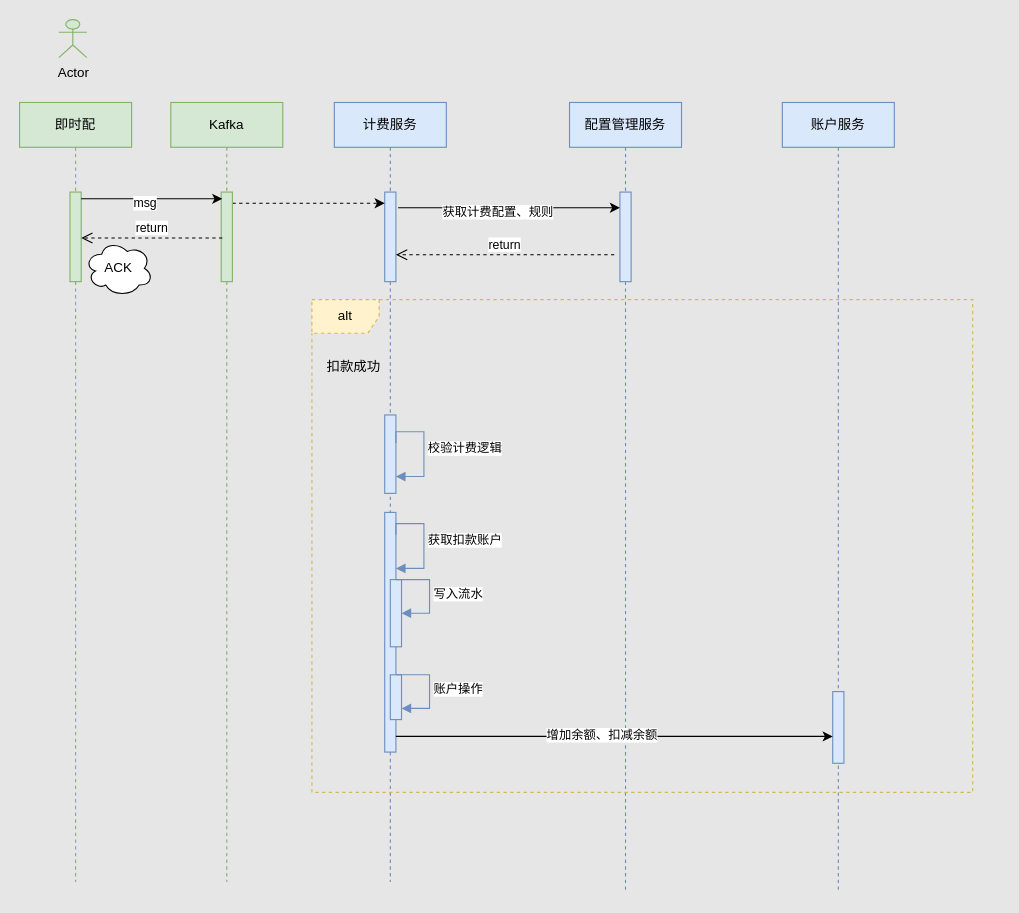
The draw.io diagram page "计费" (4 of 8) of 订单业务架构.drawio in unclequentin/diagrams, before the edit. Source tidied: cells renumbered, new cells numbered last; positions are measured from the earlier drawing's top-left corner, leaving out a move shared by most shapes. Both pictures are drawn from the tidied source at 112%, with x=0, y=0 at pixel (19, 19).
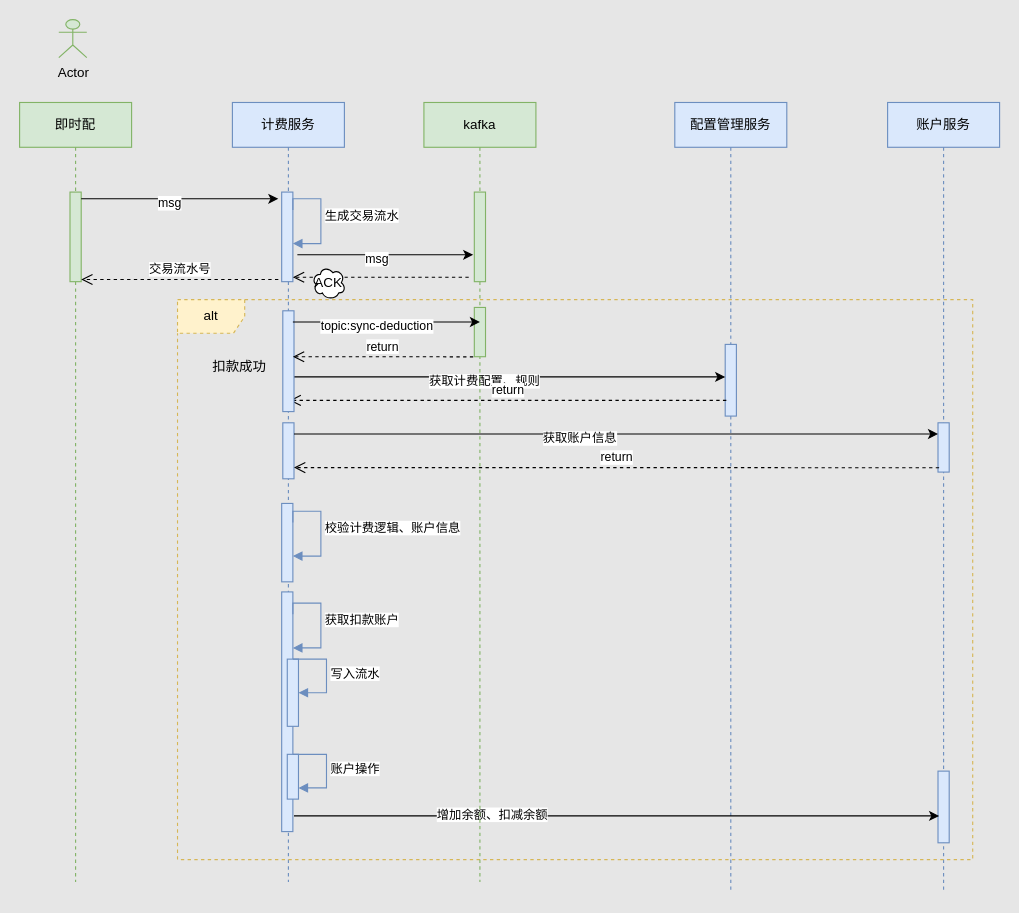
After the change.

The change refers to these unchanged cells:
```xml
<mxCell id="3" style="html=1;points=[];perimeter=orthogonalPerimeter;outlineConnect=0;targetShapes=umlLifeline;portConstraint=eastwest;newEdgeStyle={&quot;edgeStyle&quot;:&quot;elbowEdgeStyle&quot;,&quot;elbow&quot;:&quot;vertical&quot;,&quot;curved&quot;:0,&quot;rounded&quot;:0};fillColor=#d5e8d4;strokeColor=#82b366;" parent="2" vertex="1">
  <mxGeometry x="45" y="80" width="10" height="80" as="geometry" />
</mxCell>
```

Diff of the diagram source:
```diff
@@
     <mxCell id="4" value="计费服务" style="shape=umlLifeline;perimeter=lifelinePerimeter;whiteSpace=wrap;html=1;newEdgeStyle={&quot;edgeStyle&quot;:&quot;elbowEdgeStyle&quot;,&quot;elbow&quot;:&quot;vertical&quot;,&quot;curved&quot;:0,&quot;rounded&quot;:0};fillColor=#dae8fc;strokeColor=#6c8ebf;" parent="1" vertex="1">
-      <mxGeometry x="281" y="74" width="100" height="696" as="geometry" />
+      <mxGeometry x="190" y="74" width="100" height="696" as="geometry" />
     </mxCell>
     <mxCell id="5" style="html=1;perimeter=orthogonalPerimeter;targetShapes=umlLifeline;newEdgeStyle={&quot;edgeStyle&quot;:&quot;elbowEdgeStyle&quot;,&quot;elbow&quot;:&quot;vertical&quot;,&quot;curved&quot;:0,&quot;rounded&quot;:0};fillColor=#dae8fc;strokeColor=#6c8ebf;" parent="4" vertex="1">
-      <mxGeometry x="45" y="80" width="10" height="80" as="geometry" />
+      <mxGeometry x="44" y="80" width="10" height="80" as="geometry" />
     </mxCell>
     <mxCell id="6" style="html=1;perimeter=orthogonalPerimeter;targetShapes=umlLifeline;newEdgeStyle={&quot;edgeStyle&quot;:&quot;elbowEdgeStyle&quot;,&quot;elbow&quot;:&quot;vertical&quot;,&quot;curved&quot;:0,&quot;rounded&quot;:0};fillColor=#dae8fc;strokeColor=#6c8ebf;" parent="4" vertex="1">
-      <mxGeometry x="45" y="366" width="10" height="214" as="geometry" />
+      <mxGeometry x="44" y="437" width="10" height="214" as="geometry" />
     </mxCell>
     <mxCell id="7" value="配置管理服务" style="shape=umlLifeline;perimeter=lifelinePerimeter;whiteSpace=wrap;html=1;newEdgeStyle={&quot;edgeStyle&quot;:&quot;elbowEdgeStyle&quot;,&quot;elbow&quot;:&quot;vertical&quot;,&quot;curved&quot;:0,&quot;rounded&quot;:0};fillColor=#dae8fc;strokeColor=#6c8ebf;" parent="1" vertex="1">
-      <mxGeometry x="491" y="74" width="100" height="706" as="geometry" />
+      <mxGeometry x="585" y="74" width="100" height="706" as="geometry" />
     </mxCell>
     <mxCell id="8" style="html=1;points=[];perimeter=orthogonalPerimeter;outlineConnect=0;targetShapes=umlLifeline;portConstraint=eastwest;newEdgeStyle={&quot;edgeStyle&quot;:&quot;elbowEdgeStyle&quot;,&quot;elbow&quot;:&quot;vertical&quot;,&quot;curved&quot;:0,&quot;rounded&quot;:0};fillColor=#dae8fc;strokeColor=#6c8ebf;" parent="7" vertex="1">
-      <mxGeometry x="45" y="80" width="10" height="80" as="geometry" />
+      <mxGeometry x="45" y="216" width="10" height="64" as="geometry" />
     </mxCell>
     <mxCell id="9" value="账户服务" style="shape=umlLifeline;perimeter=lifelinePerimeter;whiteSpace=wrap;html=1;newEdgeStyle={&quot;edgeStyle&quot;:&quot;elbowEdgeStyle&quot;,&quot;elbow&quot;:&quot;vertical&quot;,&quot;curved&quot;:0,&quot;rounded&quot;:0};fillColor=#dae8fc;strokeColor=#6c8ebf;" parent="1" vertex="1">
-      <mxGeometry x="681" y="74" width="100" height="706" as="geometry" />
+      <mxGeometry x="775" y="74" width="100" height="706" as="geometry" />
     </mxCell>
     <mxCell id="10" style="html=1;points=[];perimeter=orthogonalPerimeter;outlineConnect=0;targetShapes=umlLifeline;portConstraint=eastwest;newEdgeStyle={&quot;edgeStyle&quot;:&quot;elbowEdgeStyle&quot;,&quot;elbow&quot;:&quot;vertical&quot;,&quot;curved&quot;:0,&quot;rounded&quot;:0};fillColor=#dae8fc;strokeColor=#6c8ebf;" parent="9" vertex="1">
-      <mxGeometry x="45" y="526" width="10" height="64" as="geometry" />
+      <mxGeometry x="45" y="597" width="10" height="64" as="geometry" />
     </mxCell>
+    <mxCell id="33" style="html=1;points=[];perimeter=orthogonalPerimeter;outlineConnect=0;targetShapes=umlLifeline;portConstraint=eastwest;newEdgeStyle={&quot;edgeStyle&quot;:&quot;elbowEdgeStyle&quot;,&quot;elbow&quot;:&quot;vertical&quot;,&quot;curved&quot;:0,&quot;rounded&quot;:0};fillColor=#dae8fc;strokeColor=#6c8ebf;" parent="9" vertex="1">
+      <mxGeometry x="45" y="286" width="10" height="44" as="geometry" />
+    </mxCell>
@@
     <mxCell id="12" value="alt" style="shape=umlFrame;whiteSpace=wrap;html=1;fillColor=#fff2cc;strokeColor=#d6b656;gradientColor=none;dashed=1;" parent="1" vertex="1">
-      <mxGeometry x="261" y="250" width="590" height="440" as="geometry" />
+      <mxGeometry x="141" y="250" width="710" height="500" as="geometry" />
     </mxCell>
-    <mxCell id="13" style="edgeStyle=elbowEdgeStyle;rounded=0;jettySize=auto;html=1;elbow=vertical;curved=0;dashed=1;" parent="1" edge="1" source="28">
-      <mxGeometry relative="1" as="geometry">
-        <mxPoint x="326" y="164" as="targetPoint" />
-      </mxGeometry>
-    </mxCell>
-    <mxCell id="14" style="edgeStyle=elbowEdgeStyle;rounded=0;jettySize=auto;html=1;elbow=vertical;curved=0;" parent="1" edge="1" target="8">
+    <mxCell id="14" style="edgeStyle=elbowEdgeStyle;rounded=0;orthogonalLoop=1;jettySize=auto;html=1;elbow=vertical;curved=0;" parent="1" edge="1">
       <mxGeometry relative="1" as="geometry">
-        <mxPoint x="338" y="168" as="sourcePoint" />
+        <mxPoint x="245" y="319" as="sourcePoint" />
+        <mxPoint x="630" y="319" as="targetPoint" />
+        <Array as="points">
+          <mxPoint x="531" y="319" />
+        </Array>
       </mxGeometry>
     </mxCell>
     <mxCell id="15" value="获取计费配置、规则" style="edgeLabel;html=1;align=center;verticalAlign=middle;" parent="14" vertex="1">
-      <mxGeometry x="-0.11" y="-3" relative="1" as="geometry" />
+      <mxGeometry x="-0.11" y="-3" relative="1" as="geometry">
+        <mxPoint x="-2" as="offset" />
+      </mxGeometry>
     </mxCell>
-    <mxCell id="16" value="return" style="html=1;verticalAlign=bottom;endArrow=open;dashed=1;endSize=8;edgeStyle=elbowEdgeStyle;elbow=vertical;curved=0;rounded=0;" parent="1" edge="1">
+    <mxCell id="16" value="return" style="html=1;verticalAlign=bottom;endArrow=open;dashed=1;endSize=8;edgeStyle=elbowEdgeStyle;elbow=vertical;curved=0;rounded=0;entryX=0.6;entryY=0.889;entryDx=0;entryDy=0;entryPerimeter=0;" parent="1" edge="1" target="41">
       <mxGeometry relative="1" as="geometry">
-        <mxPoint x="531" y="210" as="sourcePoint" />
-        <mxPoint x="336" y="210" as="targetPoint" />
+        <mxPoint x="631" y="340" as="sourcePoint" />
       </mxGeometry>
     </mxCell>
     <mxCell id="17" style="html=1;perimeter=orthogonalPerimeter;targetShapes=umlLifeline;newEdgeStyle={&quot;edgeStyle&quot;:&quot;elbowEdgeStyle&quot;,&quot;elbow&quot;:&quot;vertical&quot;,&quot;curved&quot;:0,&quot;rounded&quot;:0};fillColor=#dae8fc;strokeColor=#6c8ebf;" parent="1" vertex="1">
-      <mxGeometry x="326" y="353" width="10" height="70" as="geometry" />
+      <mxGeometry x="234" y="432" width="10" height="70" as="geometry" />
     </mxCell>
     <mxCell id="18" value="获取扣款账户" style="html=1;align=left;spacingLeft=2;endArrow=block;rounded=0;edgeStyle=orthogonalEdgeStyle;curved=0;rounded=0;fillColor=#dae8fc;strokeColor=#6c8ebf;" parent="1" edge="1">
       <mxGeometry relative="1" as="geometry">
-        <mxPoint x="336" y="460" as="sourcePoint" />
-        <mxPoint x="336" y="490" as="targetPoint" />
+        <mxPoint x="244" y="531" as="sourcePoint" />
+        <mxPoint x="244" y="561" as="targetPoint" />
         <Array as="points">
-          <mxPoint x="336" y="450" />
-          <mxPoint x="361" y="450" />
-          <mxPoint x="361" y="490" />
+          <mxPoint x="244" y="521" />
+          <mxPoint x="269" y="521" />
+          <mxPoint x="269" y="561" />
         </Array>
       </mxGeometry>
     </mxCell>
     <mxCell id="19" value="扣款成功" style="text;html=1;align=center;verticalAlign=middle;strokeColor=none;fillColor=none;" parent="1" vertex="1">
-      <mxGeometry x="263" y="295" width="70" height="30" as="geometry" />
+      <mxGeometry x="161" y="295" width="70" height="30" as="geometry" />
     </mxCell>
-    <mxCell id="20" value="校验计费逻辑" style="html=1;align=left;spacingLeft=2;endArrow=block;rounded=0;edgeStyle=orthogonalEdgeStyle;curved=0;rounded=0;fillColor=#dae8fc;strokeColor=#6c8ebf;" parent="1" edge="1">
+    <mxCell id="20" value="校验计费逻辑、账户信息" style="html=1;align=left;spacingLeft=2;endArrow=block;rounded=0;edgeStyle=orthogonalEdgeStyle;curved=0;rounded=0;fillColor=#dae8fc;strokeColor=#6c8ebf;" parent="1" edge="1">
       <mxGeometry relative="1" as="geometry">
-        <mxPoint x="336" y="378" as="sourcePoint" />
-        <mxPoint x="336" y="408" as="targetPoint" />
+        <mxPoint x="244" y="449" as="sourcePoint" />
+        <mxPoint x="244" y="479" as="targetPoint" />
         <Array as="points">
-          <mxPoint x="336" y="368" />
-          <mxPoint x="361" y="368" />
-          <mxPoint x="361" y="408" />
+          <mxPoint x="244" y="439" />
+          <mxPoint x="269" y="439" />
+          <mxPoint x="269" y="479" />
         </Array>
       </mxGeometry>
     </mxCell>
     <mxCell id="21" style="html=1;points=[];perimeter=orthogonalPerimeter;outlineConnect=0;targetShapes=umlLifeline;portConstraint=eastwest;newEdgeStyle={&quot;edgeStyle&quot;:&quot;elbowEdgeStyle&quot;,&quot;elbow&quot;:&quot;vertical&quot;,&quot;curved&quot;:0,&quot;rounded&quot;:0};fillColor=#dae8fc;strokeColor=#6c8ebf;" parent="1" vertex="1">
-      <mxGeometry x="331" y="500" width="10" height="60" as="geometry" />
+      <mxGeometry x="239" y="571" width="10" height="60" as="geometry" />
     </mxCell>
     <mxCell id="22" value="写入流水" style="html=1;align=left;spacingLeft=2;endArrow=block;rounded=0;edgeStyle=orthogonalEdgeStyle;curved=0;rounded=0;fillColor=#dae8fc;strokeColor=#6c8ebf;" parent="1" edge="1" target="21">
       <mxGeometry relative="1" as="geometry">
-        <mxPoint x="336" y="500" as="sourcePoint" />
+        <mxPoint x="244" y="571" as="sourcePoint" />
         <Array as="points">
-          <mxPoint x="366" y="530" />
+          <mxPoint x="274" y="601" />
         </Array>
       </mxGeometry>
     </mxCell>
     <mxCell id="23" style="html=1;perimeter=orthogonalPerimeter;targetShapes=umlLifeline;newEdgeStyle={&quot;edgeStyle&quot;:&quot;elbowEdgeStyle&quot;,&quot;elbow&quot;:&quot;vertical&quot;,&quot;curved&quot;:0,&quot;rounded&quot;:0};fillColor=#dae8fc;strokeColor=#6c8ebf;" parent="1" vertex="1">
-      <mxGeometry x="331" y="585" width="10" height="40" as="geometry" />
+      <mxGeometry x="239" y="656" width="10" height="40" as="geometry" />
     </mxCell>
     <mxCell id="24" value="账户操作" style="html=1;align=left;spacingLeft=2;endArrow=block;rounded=0;edgeStyle=orthogonalEdgeStyle;curved=0;rounded=0;fillColor=#dae8fc;strokeColor=#6c8ebf;" parent="1" edge="1">
       <mxGeometry relative="1" as="geometry">
-        <mxPoint x="336" y="585" as="sourcePoint" />
-        <mxPoint x="341" y="615" as="targetPoint" />
+        <mxPoint x="244" y="656" as="sourcePoint" />
+        <mxPoint x="249" y="686" as="targetPoint" />
         <Array as="points">
-          <mxPoint x="366" y="615" />
+          <mxPoint x="274" y="686" />
         </Array>
       </mxGeometry>
     </mxCell>
-    <mxCell id="25" style="edgeStyle=elbowEdgeStyle;rounded=0;jettySize=auto;html=1;elbow=vertical;curved=0;" parent="1" edge="1" target="10">
+    <mxCell id="25" style="edgeStyle=elbowEdgeStyle;rounded=0;jettySize=auto;html=1;elbow=vertical;curved=0;entryX=0.1;entryY=0.625;entryDx=0;entryDy=0;entryPerimeter=0;" parent="1" edge="1" target="10">
       <mxGeometry relative="1" as="geometry">
-        <mxPoint x="336" y="640" as="sourcePoint" />
+        <mxPoint x="424" y="711" as="sourcePoint" />
+        <Array as="points">
+          <mxPoint x="245" y="711" />
+        </Array>
       </mxGeometry>
     </mxCell>
@@
-    <mxCell id="27" value="Kafka" style="shape=umlLifeline;perimeter=lifelinePerimeter;whiteSpace=wrap;html=1;newEdgeStyle={&quot;edgeStyle&quot;:&quot;elbowEdgeStyle&quot;,&quot;elbow&quot;:&quot;vertical&quot;,&quot;curved&quot;:0,&quot;rounded&quot;:0};fillColor=#d5e8d4;strokeColor=#82b366;" parent="1" vertex="1">
-      <mxGeometry x="135" y="74" width="100" height="696" as="geometry" />
-    </mxCell>
-    <mxCell id="28" style="html=1;points=[];perimeter=orthogonalPerimeter;outlineConnect=0;targetShapes=umlLifeline;portConstraint=eastwest;newEdgeStyle={&quot;edgeStyle&quot;:&quot;elbowEdgeStyle&quot;,&quot;elbow&quot;:&quot;vertical&quot;,&quot;curved&quot;:0,&quot;rounded&quot;:0};fillColor=#d5e8d4;strokeColor=#82b366;" parent="27" vertex="1">
-      <mxGeometry x="45" y="80" width="10" height="80" as="geometry" />
-    </mxCell>
     <mxCell id="29" style="edgeStyle=elbowEdgeStyle;rounded=0;orthogonalLoop=1;jettySize=auto;html=1;elbow=vertical;curved=0;" parent="1" edge="1">
       <mxGeometry relative="1" as="geometry">
         <mxPoint x="55" y="160" as="sourcePoint" />
-        <mxPoint x="181" y="160" as="targetPoint" />
+        <mxPoint x="231" y="160" as="targetPoint" />
       </mxGeometry>
     </mxCell>
@@
-    <mxCell id="31" value="return" style="html=1;verticalAlign=bottom;endArrow=open;dashed=1;endSize=8;edgeStyle=elbowEdgeStyle;elbow=vertical;curved=0;rounded=0;" parent="1" edge="1" target="3">
+    <mxCell id="31" value="交易流水号" style="html=1;verticalAlign=bottom;endArrow=open;dashed=1;endSize=8;edgeStyle=elbowEdgeStyle;elbow=vertical;curved=0;rounded=0;" parent="1" edge="1">
       <mxGeometry relative="1" as="geometry">
-        <mxPoint x="181" y="195" as="sourcePoint" />
+        <mxPoint x="231" y="232" as="sourcePoint" />
+        <mxPoint x="55" y="232" as="targetPoint" />
       </mxGeometry>
     </mxCell>
+    <mxCell id="34" value="kafka" style="shape=umlLifeline;perimeter=lifelinePerimeter;whiteSpace=wrap;html=1;newEdgeStyle={&quot;edgeStyle&quot;:&quot;elbowEdgeStyle&quot;,&quot;elbow&quot;:&quot;vertical&quot;,&quot;curved&quot;:0,&quot;rounded&quot;:0};fillColor=#d5e8d4;strokeColor=#82b366;" parent="1" vertex="1">
+      <mxGeometry x="361" y="74" width="100" height="696" as="geometry" />
+    </mxCell>
+    <mxCell id="28" style="html=1;points=[];perimeter=orthogonalPerimeter;outlineConnect=0;targetShapes=umlLifeline;portConstraint=eastwest;newEdgeStyle={&quot;edgeStyle&quot;:&quot;elbowEdgeStyle&quot;,&quot;elbow&quot;:&quot;vertical&quot;,&quot;curved&quot;:0,&quot;rounded&quot;:0};fillColor=#d5e8d4;strokeColor=#82b366;" parent="34" vertex="1">
+      <mxGeometry x="45" y="80" width="10" height="80" as="geometry" />
+    </mxCell>
+    <mxCell id="35" style="html=1;points=[];perimeter=orthogonalPerimeter;outlineConnect=0;targetShapes=umlLifeline;portConstraint=eastwest;newEdgeStyle={&quot;edgeStyle&quot;:&quot;elbowEdgeStyle&quot;,&quot;elbow&quot;:&quot;vertical&quot;,&quot;curved&quot;:0,&quot;rounded&quot;:0};fillColor=#d5e8d4;strokeColor=#82b366;" parent="34" vertex="1">
+      <mxGeometry x="45" y="183" width="10" height="44" as="geometry" />
+    </mxCell>
+    <mxCell id="36" value="生成交易流水" style="html=1;align=left;spacingLeft=2;endArrow=block;rounded=0;edgeStyle=orthogonalEdgeStyle;curved=0;rounded=0;fillColor=#dae8fc;strokeColor=#6c8ebf;" parent="1" edge="1">
+      <mxGeometry relative="1" as="geometry">
+        <mxPoint x="244" y="170" as="sourcePoint" />
+        <mxPoint x="244" y="200" as="targetPoint" />
+        <Array as="points">
+          <mxPoint x="244" y="160" />
+          <mxPoint x="269" y="160" />
+          <mxPoint x="269" y="200" />
+        </Array>
+      </mxGeometry>
+    </mxCell>
+    <mxCell id="37" style="edgeStyle=elbowEdgeStyle;rounded=0;orthogonalLoop=1;jettySize=auto;html=1;elbow=vertical;curved=0;" parent="1" edge="1">
+      <mxGeometry relative="1" as="geometry">
+        <mxPoint x="248" y="210" as="sourcePoint" />
+        <mxPoint x="405" y="210" as="targetPoint" />
+      </mxGeometry>
+    </mxCell>
+    <mxCell id="38" value="msg" style="edgeLabel;html=1;align=center;verticalAlign=middle;" parent="37" vertex="1">
+      <mxGeometry x="-0.11" y="-3" relative="1" as="geometry" />
+    </mxCell>
+    <mxCell id="39" style="html=1;verticalAlign=bottom;endArrow=open;dashed=1;endSize=8;edgeStyle=elbowEdgeStyle;elbow=vertical;curved=0;rounded=0;startArrow=none;" parent="1" edge="1" source="32">
+      <mxGeometry relative="1" as="geometry">
+        <mxPoint x="244" y="230" as="targetPoint" />
+      </mxGeometry>
+    </mxCell>
+    <mxCell id="40" style="html=1;verticalAlign=bottom;endArrow=none;dashed=1;endSize=8;edgeStyle=elbowEdgeStyle;elbow=vertical;curved=0;rounded=0;" parent="1" edge="1" target="32">
+      <mxGeometry relative="1" as="geometry">
+        <mxPoint x="401" y="230" as="sourcePoint" />
+      </mxGeometry>
+    </mxCell>
     <mxCell id="32" value="ACK" style="ellipse;shape=cloud;whiteSpace=wrap;html=1;" parent="1" vertex="1">
-      <mxGeometry x="58" y="197" width="61" height="50" as="geometry" />
+      <mxGeometry x="261" y="220" width="30" height="30" as="geometry" />
     </mxCell>
+    <mxCell id="41" style="html=1;points=[];perimeter=orthogonalPerimeter;outlineConnect=0;targetShapes=umlLifeline;portConstraint=eastwest;newEdgeStyle={&quot;edgeStyle&quot;:&quot;elbowEdgeStyle&quot;,&quot;elbow&quot;:&quot;vertical&quot;,&quot;curved&quot;:0,&quot;rounded&quot;:0};fillColor=#dae8fc;strokeColor=#6c8ebf;" parent="1" vertex="1">
+      <mxGeometry x="235" y="260" width="10" height="90" as="geometry" />
+    </mxCell>
+    <mxCell id="42" style="edgeStyle=elbowEdgeStyle;rounded=0;jettySize=auto;html=1;elbow=vertical;curved=0;entryX=0.5;entryY=0.295;entryDx=0;entryDy=0;entryPerimeter=0;" parent="1" edge="1" target="35">
+      <mxGeometry relative="1" as="geometry">
+        <mxPoint x="244" y="270" as="sourcePoint" />
+      </mxGeometry>
+    </mxCell>
+    <mxCell id="43" value="topic:sync-deduction" style="edgeLabel;html=1;align=center;verticalAlign=middle;" parent="42" vertex="1">
+      <mxGeometry x="-0.11" y="-3" relative="1" as="geometry" />
+    </mxCell>
+    <mxCell id="44" value="return" style="html=1;verticalAlign=bottom;endArrow=open;dashed=1;endSize=8;edgeStyle=elbowEdgeStyle;elbow=vertical;curved=0;rounded=0;" parent="1" edge="1">
+      <mxGeometry relative="1" as="geometry">
+        <mxPoint x="405" y="301.1" as="sourcePoint" />
+        <mxPoint x="244" y="301.1" as="targetPoint" />
+      </mxGeometry>
+    </mxCell>
+    <mxCell id="45" style="html=1;perimeter=orthogonalPerimeter;targetShapes=umlLifeline;newEdgeStyle={&quot;edgeStyle&quot;:&quot;elbowEdgeStyle&quot;,&quot;elbow&quot;:&quot;vertical&quot;,&quot;curved&quot;:0,&quot;rounded&quot;:0};fillColor=#dae8fc;strokeColor=#6c8ebf;" parent="1" vertex="1">
+      <mxGeometry x="235" y="360" width="10" height="50" as="geometry" />
+    </mxCell>
+    <mxCell id="46" style="edgeStyle=elbowEdgeStyle;rounded=0;jettySize=auto;html=1;elbow=vertical;curved=0;" parent="1" edge="1" target="33">
+      <mxGeometry relative="1" as="geometry">
+        <mxPoint x="245" y="370" as="sourcePoint" />
+        <Array as="points">
+          <mxPoint x="531" y="370" />
+        </Array>
+      </mxGeometry>
+    </mxCell>
+    <mxCell id="47" value="获取账户信息" style="edgeLabel;html=1;align=center;verticalAlign=middle;" parent="46" vertex="1">
+      <mxGeometry x="-0.11" y="-3" relative="1" as="geometry">
+        <mxPoint x="-2" as="offset" />
+      </mxGeometry>
+    </mxCell>
+    <mxCell id="48" value="return" style="html=1;verticalAlign=bottom;endArrow=open;dashed=1;endSize=8;edgeStyle=elbowEdgeStyle;elbow=vertical;curved=0;rounded=0;" parent="1" edge="1">
+      <mxGeometry relative="1" as="geometry">
+        <mxPoint x="821" y="400.1" as="sourcePoint" />
+        <mxPoint x="245" y="400" as="targetPoint" />
+      </mxGeometry>
+    </mxCell>
```
